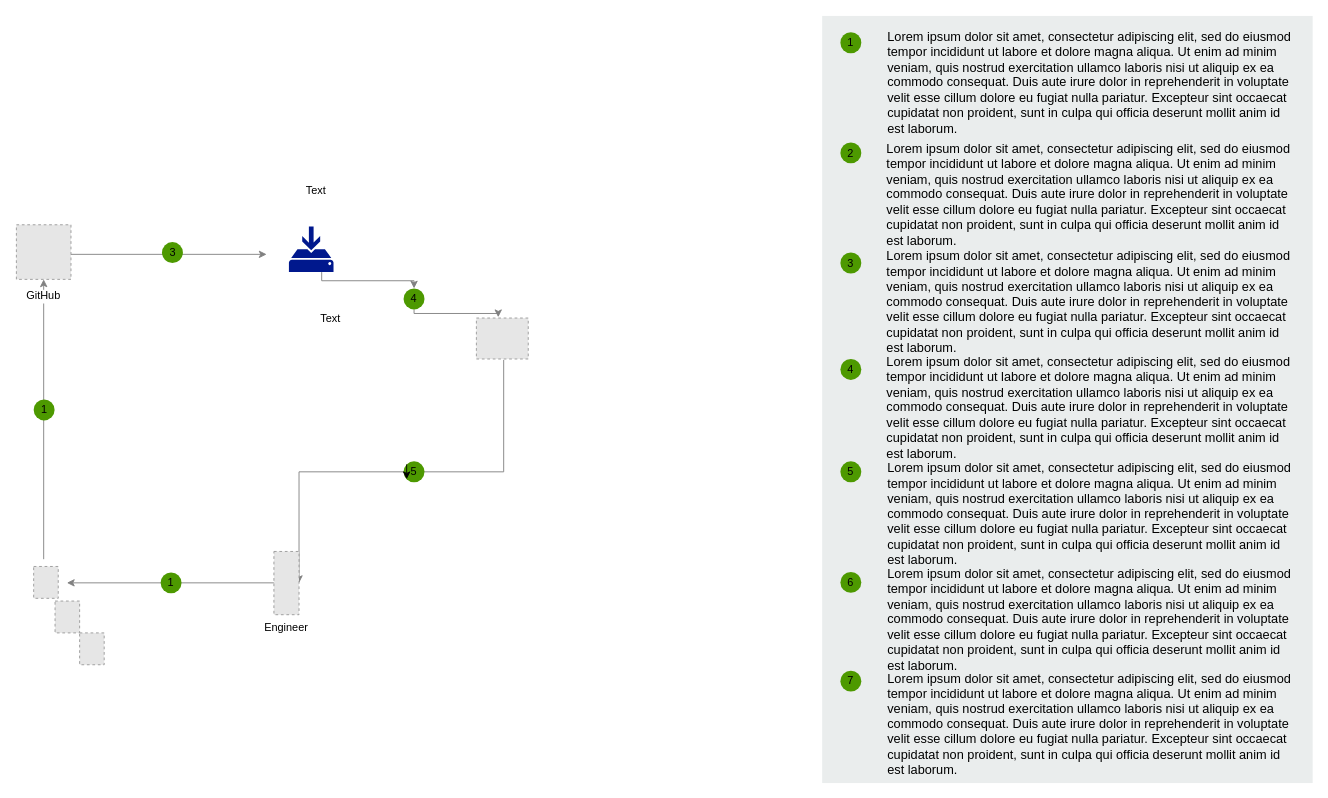
Saran0909/testing keeps this draw.io diagram as Untitled Diagram.drawio. Above is the earlier version. Source tidied: cells renumbered, new cells numbered last; positions are measured from the earlier drawing's top-left corner, leaving out a move shared by most shapes. Both pictures are drawn from the tidied source at 91%, with x=0, y=0 at pixel (15, 15). Pictures stored in the file or linked from it are replaced by grey dashed boxes.
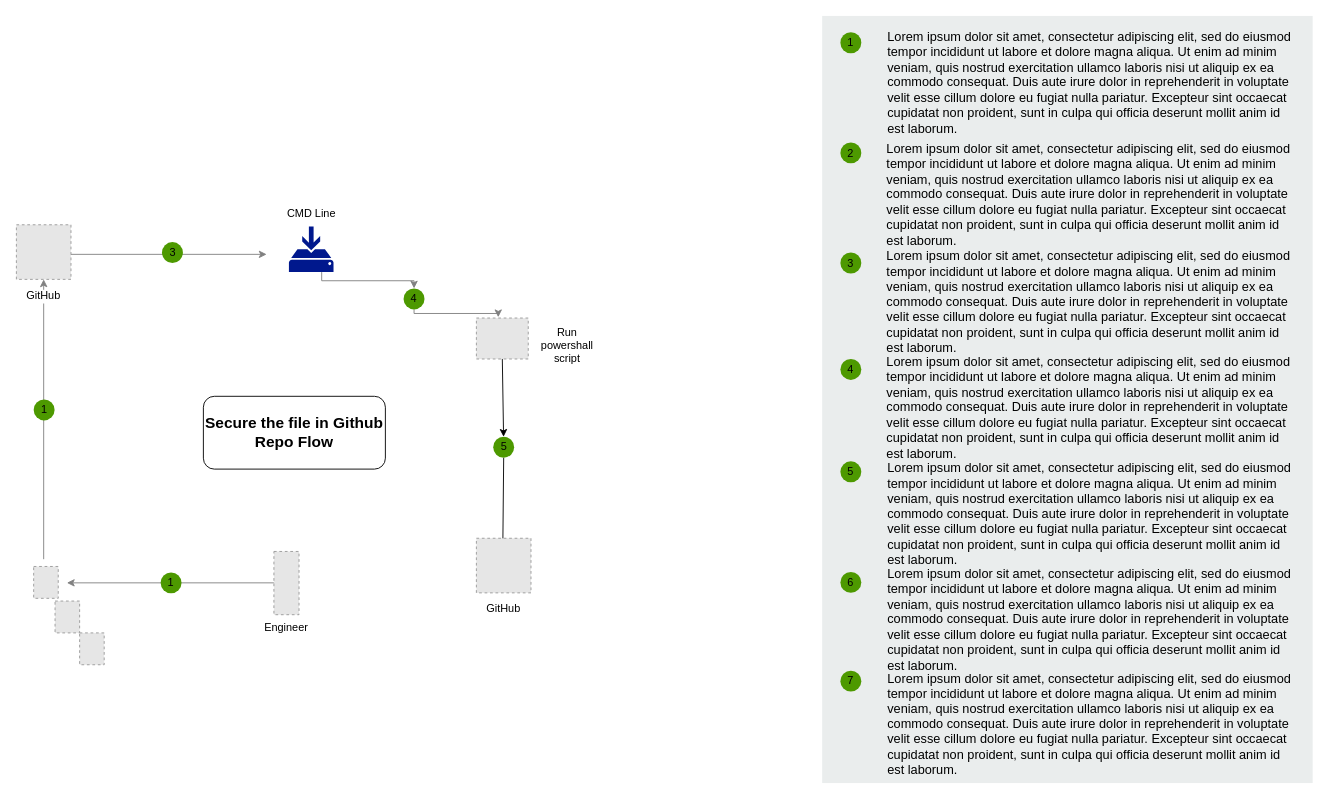
Above is the later version.

The change refers to these unchanged cells:
```xml
<mxCell id="8" value="Engineer" style="fillColor=#E6E6E6;strokeColor=#999999;dashed=1;verticalLabelPosition=bottom;labelBackgroundColor=none;verticalAlign=top;" parent="1" vertex="1">
  <mxGeometry x="283.5" y="588.5" width="27.6" height="69.5" as="geometry" />
</mxCell>
<mxCell id="31" style="fillColor=#E6E6E6;strokeColor=#999999;dashed=1;verticalLabelPosition=bottom;labelBackgroundColor=#ffffff;verticalAlign=top;" parent="1" vertex="1">
  <mxGeometry x="506" y="332" width="57" height="45" as="geometry" />
</mxCell>
```

Change to the diagram source:
```diff
@@
-    <mxCell id="6" style="edgeStyle=elbowEdgeStyle;rounded=0;jettySize=auto;elbow=vertical;html=1;entryX=1;entryY=0.5;entryDx=0;entryDy=0;strokeColor=#808080;" parent="1" edge="1" target="8">
-      <mxGeometry relative="1" as="geometry">
-        <mxPoint x="536" y="378" as="sourcePoint" />
-      </mxGeometry>
-    </mxCell>
@@
-    <mxCell id="12" value="5" style="ellipse;whiteSpace=wrap;html=1;fillColor=#4D9900;strokeColor=none;labelBackgroundColor=none;" parent="1" vertex="1">
-      <mxGeometry x="426" y="489.5" width="23" height="23" as="geometry" />
-    </mxCell>
@@
+    <mxCell id="38" style="edgeStyle=none;rounded=0;jettySize=auto;html=1;exitX=0.5;exitY=1;exitDx=0;exitDy=0;" parent="1" edge="1" source="12">
+      <mxGeometry relative="1" as="geometry">
+        <mxPoint x="535" y="588" as="targetPoint" />
+      </mxGeometry>
+    </mxCell>
@@
-    <mxCell id="33" style="edgeStyle=orthogonalEdgeStyle;rounded=0;orthogonalLoop=1;jettySize=auto;html=1;exitX=0;exitY=0;exitDx=0;exitDy=0;entryX=0;entryY=1;entryDx=0;entryDy=0;" parent="1" edge="1" source="12" target="12">
-      <mxGeometry relative="1" as="geometry" />
-    </mxCell>
@@
-    <mxCell id="36" value="Text" style="text;html=1;align=center;verticalAlign=middle;whiteSpace=wrap;rounded=0;" parent="1" vertex="1">
-      <mxGeometry x="300" y="177" width="60" height="30" as="geometry" />
-    </mxCell>
-    <mxCell id="37" value="Text" style="text;html=1;align=center;verticalAlign=middle;whiteSpace=wrap;rounded=0;" parent="1" vertex="1">
-      <mxGeometry x="316" y="318" width="60" height="30" as="geometry" />
-    </mxCell>
+    <mxCell id="39" value="CMD Line" style="text;html=1;align=center;verticalAlign=middle;whiteSpace=wrap;rounded=0;" parent="1" vertex="1">
+      <mxGeometry x="294.5" y="201.5" width="60" height="30" as="geometry" />
+    </mxCell>
+    <mxCell id="40" value="Run powershall script" style="text;html=1;align=center;verticalAlign=middle;whiteSpace=wrap;rounded=0;" parent="1" vertex="1">
+      <mxGeometry x="576" y="347" width="60" height="30" as="geometry" />
+    </mxCell>
+    <mxCell id="41" value="GitHub" style="fillColor=#E6E6E6;strokeColor=#999999;dashed=1;verticalLabelPosition=bottom;labelBackgroundColor=#ffffff;verticalAlign=top;spacingTop=4;" parent="1" vertex="1">
+      <mxGeometry x="506" y="574" width="60" height="60" as="geometry" />
+    </mxCell>
+    <mxCell id="42" style="edgeStyle=none;rounded=0;jettySize=auto;html=1;exitX=0.5;exitY=1;exitDx=0;exitDy=0;" parent="1" edge="1" source="31" target="12">
+      <mxGeometry relative="1" as="geometry" />
+    </mxCell>
+    <mxCell id="12" value="5" style="ellipse;whiteSpace=wrap;html=1;fillColor=#4D9900;strokeColor=none;labelBackgroundColor=none;" parent="1" vertex="1">
+      <mxGeometry x="524.5" y="462.5" width="23" height="23" as="geometry" />
+    </mxCell>
+    <mxCell id="43" value="&lt;b&gt;&lt;font style=&quot;font-size: 17px;&quot;&gt;Secure the file in Github Repo Flow&lt;/font&gt;&lt;/b&gt;" style="rounded=1;whiteSpace=wrap;html=1;" parent="1" vertex="1">
+      <mxGeometry x="206" y="418" width="200" height="80" as="geometry" />
+    </mxCell>
```
